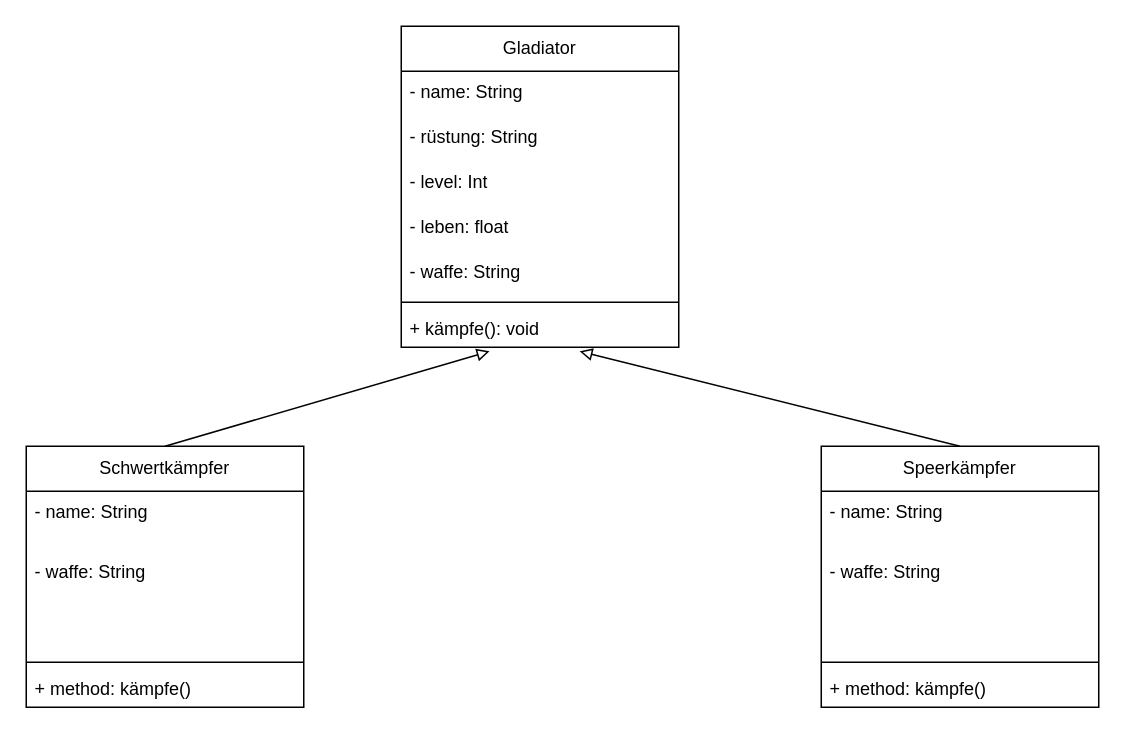
The draw.io diagram Gladiatoren Diagram.drawio in IngoGutwin/diagrams, before the edit. Source tidied: cells renumbered, new cells numbered last; positions are measured from the earlier drawing's top-left corner, leaving out a move shared by most shapes. Both pictures are drawn from the tidied source at 150%, with x=0, y=0 at pixel (26, 26).
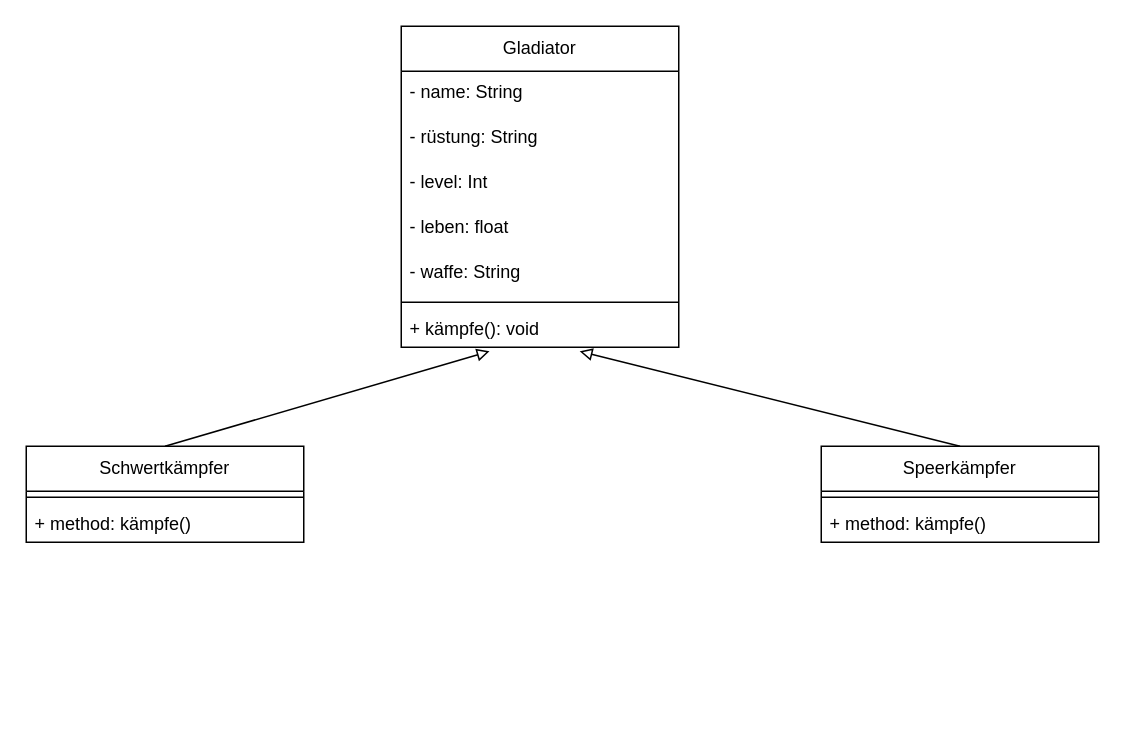
Above is the later version.

What changed in the source:
```diff
@@
     <mxCell id="10" value="Schwertkämpfer" style="swimlane;fontStyle=0;horizontal=1;startSize=30;fillColor=none;whiteSpace=wrap;html=1;" parent="1" vertex="1">
-      <mxGeometry y="280" width="185" height="174" as="geometry" />
+      <mxGeometry y="280" width="185" height="64" as="geometry" />
     </mxCell>
-    <mxCell id="11" value="- name: String" style="text;strokeColor=none;fillColor=none;align=left;verticalAlign=top;spacingLeft=4;spacingRight=4;overflow=hidden;whiteSpace=wrap;html=1;" parent="10" vertex="1">
-      <mxGeometry y="30" width="185" height="40" as="geometry" />
-    </mxCell>
-    <mxCell id="12" value="- waffe: String" style="text;strokeColor=none;fillColor=none;align=left;verticalAlign=top;spacingLeft=4;spacingRight=4;overflow=hidden;whiteSpace=wrap;html=1;" parent="10" vertex="1">
-      <mxGeometry y="70" width="185" height="70" as="geometry" />
-    </mxCell>
     <mxCell id="13" style="line;strokeWidth=1;fillColor=none;align=left;verticalAlign=middle;spacingTop=-1;spacingLeft=3;spacingRight=3;labelPosition=right;strokeColor=inherit;" parent="10" vertex="1">
-      <mxGeometry y="140" width="185" height="8" as="geometry" />
+      <mxGeometry y="30" width="185" height="8" as="geometry" />
     </mxCell>
     <mxCell id="14" value="+ method: kämpfe()" style="text;strokeColor=none;fillColor=none;align=left;verticalAlign=top;spacingLeft=4;spacingRight=4;overflow=hidden;whiteSpace=wrap;html=1;" parent="10" vertex="1">
-      <mxGeometry y="148" width="185" height="26" as="geometry" />
+      <mxGeometry y="38" width="185" height="26" as="geometry" />
     </mxCell>
@@
     <mxCell id="16" value="Speerkämpfer" style="swimlane;fontStyle=0;horizontal=1;startSize=30;fillColor=none;whiteSpace=wrap;html=1;" parent="1" vertex="1">
-      <mxGeometry x="530" y="280" width="185" height="174" as="geometry" />
+      <mxGeometry x="530" y="280" width="185" height="64" as="geometry" />
     </mxCell>
-    <mxCell id="17" value="- name: String" style="text;strokeColor=none;fillColor=none;align=left;verticalAlign=top;spacingLeft=4;spacingRight=4;overflow=hidden;whiteSpace=wrap;html=1;" parent="16" vertex="1">
-      <mxGeometry y="30" width="185" height="40" as="geometry" />
-    </mxCell>
-    <mxCell id="18" value="- waffe: String" style="text;strokeColor=none;fillColor=none;align=left;verticalAlign=top;spacingLeft=4;spacingRight=4;overflow=hidden;whiteSpace=wrap;html=1;" parent="16" vertex="1">
-      <mxGeometry y="70" width="185" height="70" as="geometry" />
-    </mxCell>
     <mxCell id="19" style="line;strokeWidth=1;fillColor=none;align=left;verticalAlign=middle;spacingTop=-1;spacingLeft=3;spacingRight=3;labelPosition=right;strokeColor=inherit;" parent="16" vertex="1">
-      <mxGeometry y="140" width="185" height="8" as="geometry" />
+      <mxGeometry y="30" width="185" height="8" as="geometry" />
     </mxCell>
     <mxCell id="20" value="+ method: kämpfe()" style="text;strokeColor=none;fillColor=none;align=left;verticalAlign=top;spacingLeft=4;spacingRight=4;overflow=hidden;whiteSpace=wrap;html=1;" parent="16" vertex="1">
-      <mxGeometry y="148" width="185" height="26" as="geometry" />
+      <mxGeometry y="38" width="185" height="26" as="geometry" />
     </mxCell>
```
